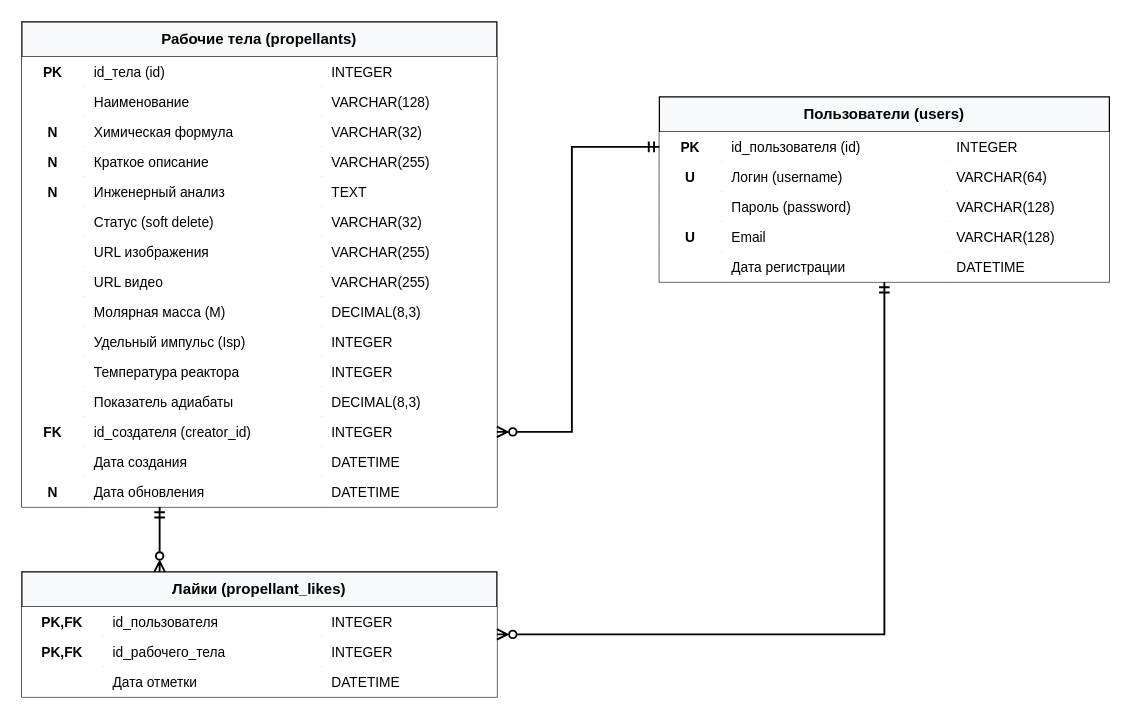
Before: er_diagram.drawio in Mr-Flyguy/propellant-impulse-backend, a draw.io diagram. Source tidied: cells renumbered, new cells numbered last; positions are measured from the earlier drawing's top-left corner, leaving out a move shared by most shapes. Both pictures are drawn from the tidied source at 125%, with x=0, y=0 at pixel (21, 21).
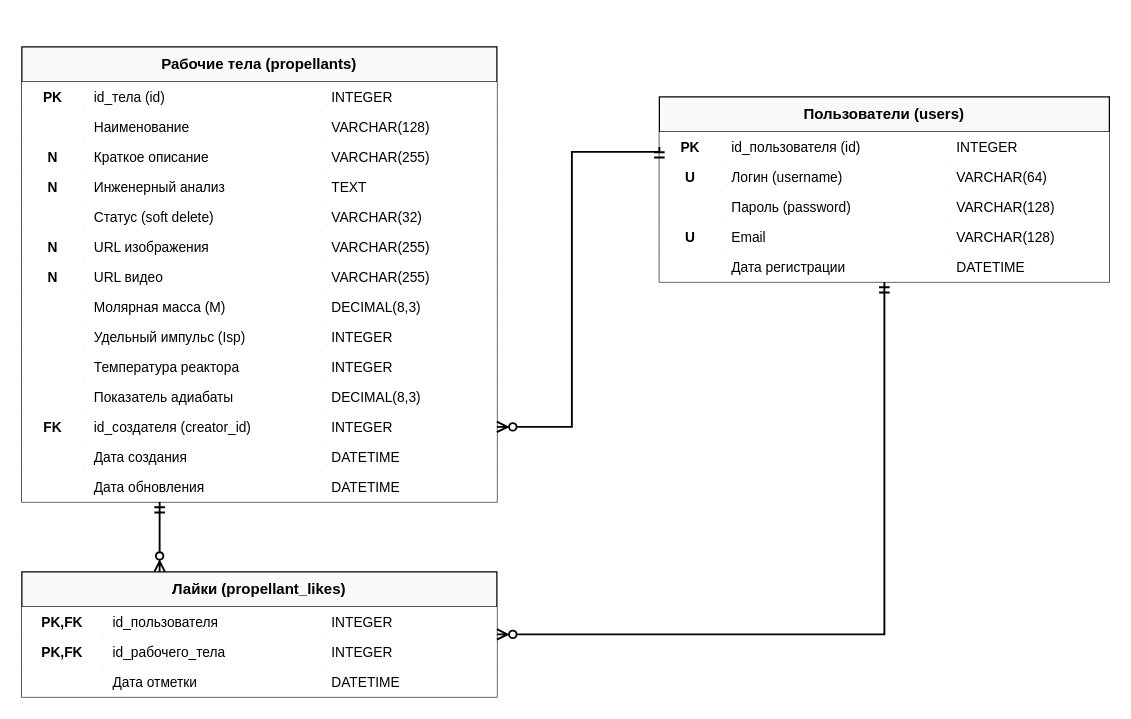
After the change.

Unchanged cells that the change refers to:
```xml
<mxCell id="11" style="shape=tableRow;horizontal=0;startSize=0;swimlaneHead=0;bubblePosition=none;top=0;left=0;right=0;bottom=0;html=1;strokeColor=none;" parent="2" vertex="1">
  <mxGeometry y="76" width="380" height="24" as="geometry" />
</mxCell>
<mxCell id="15" style="shape=tableRow;horizontal=0;startSize=0;swimlaneHead=0;bubblePosition=none;top=0;left=0;right=0;bottom=0;html=1;strokeColor=none;" parent="2" vertex="1">
  <mxGeometry y="100" width="380" height="24" as="geometry" />
</mxCell>
<mxCell id="19" style="shape=tableRow;horizontal=0;startSize=0;swimlaneHead=0;bubblePosition=none;top=0;left=0;right=0;bottom=0;html=1;strokeColor=none;" parent="2" vertex="1">
  <mxGeometry y="124" width="380" height="24" as="geometry" />
</mxCell>
<mxCell id="23" style="shape=tableRow;horizontal=0;startSize=0;swimlaneHead=0;bubblePosition=none;top=0;left=0;right=0;bottom=0;html=1;strokeColor=none;" parent="2" vertex="1">
  <mxGeometry y="148" width="380" height="24" as="geometry" />
</mxCell>
<mxCell id="27" style="shape=tableRow;horizontal=0;startSize=0;swimlaneHead=0;bubblePosition=none;top=0;left=0;right=0;bottom=0;html=1;strokeColor=none;" parent="2" vertex="1">
  <mxGeometry y="172" width="380" height="24" as="geometry" />
</mxCell>
<mxCell id="31" style="shape=tableRow;horizontal=0;startSize=0;swimlaneHead=0;bubblePosition=none;top=0;left=0;right=0;bottom=0;html=1;strokeColor=none;" parent="2" vertex="1">
  <mxGeometry y="196" width="380" height="24" as="geometry" />
</mxCell>
<mxCell id="35" style="shape=tableRow;horizontal=0;startSize=0;swimlaneHead=0;bubblePosition=none;top=0;left=0;right=0;bottom=0;html=1;strokeColor=none;" parent="2" vertex="1">
  <mxGeometry y="220" width="380" height="24" as="geometry" />
</mxCell>
<mxCell id="39" style="shape=tableRow;horizontal=0;startSize=0;swimlaneHead=0;bubblePosition=none;top=0;left=0;right=0;bottom=0;html=1;strokeColor=none;" parent="2" vertex="1">
  <mxGeometry y="244" width="380" height="24" as="geometry" />
</mxCell>
<mxCell id="43" style="shape=tableRow;horizontal=0;startSize=0;swimlaneHead=0;bubblePosition=none;top=0;left=0;right=0;bottom=0;html=1;strokeColor=none;" parent="2" vertex="1">
  <mxGeometry y="268" width="380" height="24" as="geometry" />
</mxCell>
<mxCell id="47" style="shape=tableRow;horizontal=0;startSize=0;swimlaneHead=0;bubblePosition=none;points=[[0,0.5],[1,0.5]];portConstraint=eastwest;top=0;left=0;right=0;bottom=0;html=1;strokeColor=none;" parent="2" vertex="1">
  <mxGeometry y="292" width="380" height="24" as="geometry" />
</mxCell>
<mxCell id="51" style="shape=tableRow;horizontal=0;startSize=0;swimlaneHead=0;bubblePosition=none;points=[[0,0.5],[1,0.5]];portConstraint=eastwest;top=0;left=0;right=0;bottom=0;html=1;strokeColor=none;" parent="2" vertex="1">
  <mxGeometry y="316" width="380" height="24" as="geometry" />
</mxCell>
<mxCell id="55" style="shape=tableRow;horizontal=0;startSize=0;swimlaneHead=0;bubblePosition=none;top=0;left=0;right=0;bottom=0;html=1;strokeColor=none;" parent="2" vertex="1">
  <mxGeometry y="340" width="380" height="24" as="geometry" />
</mxCell>
<mxCell id="64" style="shape=tableRow;horizontal=0;startSize=0;swimlaneHead=0;bubblePosition=none;points=[[0,0.5],[1,0.5]];portConstraint=eastwest;top=0;left=0;right=0;bottom=0;html=1;strokeColor=none;" parent="63" vertex="1">
  <mxGeometry y="28" width="360" height="24" as="geometry" />
</mxCell>
```

Change to the diagram source:
```diff
@@
     <mxCell id="2" value="Рабочие тела (propellants)" style="shape=table;startSize=28;childLayout=tableLayout;rowLines=0;columnLines=1;fontStyle=1;align=center;html=1;whiteSpace=wrap;strokeColor=#000000;fillColor=#f8f9fa;fontSize=12;fontFamily=Helvetica;" parent="1" vertex="1">
-      <mxGeometry width="380" height="388" as="geometry" />
+      <mxGeometry y="20" width="380" height="364" as="geometry" />
     </mxCell>
@@
-    <mxCell id="13" value="Химическая формула" style="text;strokeColor=none;fillColor=none;align=left;verticalAlign=middle;spacingLeft=6;overflow=hidden;fontSize=11;" parent="11" vertex="1">
+    <mxCell id="13" value="Краткое описание" style="text;strokeColor=none;fillColor=none;align=left;verticalAlign=middle;spacingLeft=6;overflow=hidden;fontSize=11;" parent="11" vertex="1">
       <mxGeometry x="50" width="190" height="24" as="geometry" />
     </mxCell>
-    <mxCell id="14" value="VARCHAR(32)" style="text;strokeColor=none;fillColor=none;align=left;verticalAlign=middle;spacingLeft=6;overflow=hidden;fontSize=11;" parent="11" vertex="1">
+    <mxCell id="14" value="VARCHAR(255)" style="text;strokeColor=none;fillColor=none;align=left;verticalAlign=middle;spacingLeft=6;overflow=hidden;fontSize=11;" parent="11" vertex="1">
       <mxGeometry x="240" width="140" height="24" as="geometry" />
     </mxCell>
@@
-    <mxCell id="17" value="Краткое описание" style="text;strokeColor=none;fillColor=none;align=left;verticalAlign=middle;spacingLeft=6;overflow=hidden;fontSize=11;" parent="15" vertex="1">
+    <mxCell id="17" value="Инженерный анализ" style="text;strokeColor=none;fillColor=none;align=left;verticalAlign=middle;spacingLeft=6;overflow=hidden;fontSize=11;" parent="15" vertex="1">
       <mxGeometry x="50" width="190" height="24" as="geometry" />
     </mxCell>
-    <mxCell id="18" value="VARCHAR(255)" style="text;strokeColor=none;fillColor=none;align=left;verticalAlign=middle;spacingLeft=6;overflow=hidden;fontSize=11;" parent="15" vertex="1">
+    <mxCell id="18" value="TEXT" style="text;strokeColor=none;fillColor=none;align=left;verticalAlign=middle;spacingLeft=6;overflow=hidden;fontSize=11;" parent="15" vertex="1">
       <mxGeometry x="240" width="140" height="24" as="geometry" />
     </mxCell>
@@
-    <mxCell id="20" value="N" style="text;strokeColor=none;fillColor=none;align=center;verticalAlign=middle;overflow=hidden;fontStyle=1;fontSize=11;" parent="19" vertex="1">
+    <mxCell id="20" style="text;strokeColor=none;fillColor=none;align=center;verticalAlign=middle;overflow=hidden;fontSize=11;" parent="19" vertex="1">
       <mxGeometry width="50" height="24" as="geometry" />
     </mxCell>
-    <mxCell id="21" value="Инженерный анализ" style="text;strokeColor=none;fillColor=none;align=left;verticalAlign=middle;spacingLeft=6;overflow=hidden;fontSize=11;" parent="19" vertex="1">
+    <mxCell id="21" value="Статус (soft delete)" style="text;strokeColor=none;fillColor=none;align=left;verticalAlign=middle;spacingLeft=6;overflow=hidden;fontSize=11;" parent="19" vertex="1">
       <mxGeometry x="50" width="190" height="24" as="geometry" />
     </mxCell>
-    <mxCell id="22" value="TEXT" style="text;strokeColor=none;fillColor=none;align=left;verticalAlign=middle;spacingLeft=6;overflow=hidden;fontSize=11;" parent="19" vertex="1">
+    <mxCell id="22" value="VARCHAR(32)" style="text;strokeColor=none;fillColor=none;align=left;verticalAlign=middle;spacingLeft=6;overflow=hidden;fontSize=11;" parent="19" vertex="1">
       <mxGeometry x="240" width="140" height="24" as="geometry" />
     </mxCell>
@@
-    <mxCell id="24" style="text;strokeColor=none;fillColor=none;align=center;verticalAlign=middle;overflow=hidden;fontSize=11;" parent="23" vertex="1">
+    <mxCell id="24" value="N" style="text;strokeColor=none;fillColor=none;align=center;verticalAlign=middle;overflow=hidden;fontStyle=1;fontSize=11;" parent="23" vertex="1">
       <mxGeometry width="50" height="24" as="geometry" />
     </mxCell>
-    <mxCell id="25" value="Статус (soft delete)" style="text;strokeColor=none;fillColor=none;align=left;verticalAlign=middle;spacingLeft=6;overflow=hidden;fontSize=11;" parent="23" vertex="1">
+    <mxCell id="25" value="URL изображения" style="text;strokeColor=none;fillColor=none;align=left;verticalAlign=middle;spacingLeft=6;overflow=hidden;fontSize=11;" parent="23" vertex="1">
       <mxGeometry x="50" width="190" height="24" as="geometry" />
     </mxCell>
-    <mxCell id="26" value="VARCHAR(32)" style="text;strokeColor=none;fillColor=none;align=left;verticalAlign=middle;spacingLeft=6;overflow=hidden;fontSize=11;" parent="23" vertex="1">
+    <mxCell id="26" value="VARCHAR(255)" style="text;strokeColor=none;fillColor=none;align=left;verticalAlign=middle;spacingLeft=6;overflow=hidden;fontSize=11;" parent="23" vertex="1">
       <mxGeometry x="240" width="140" height="24" as="geometry" />
     </mxCell>
@@
-    <mxCell id="28" style="text;strokeColor=none;fillColor=none;align=center;verticalAlign=middle;overflow=hidden;fontSize=11;" parent="27" vertex="1">
+    <mxCell id="28" value="N" style="text;strokeColor=none;fillColor=none;align=center;verticalAlign=middle;overflow=hidden;fontStyle=1;fontSize=11;" parent="27" vertex="1">
       <mxGeometry width="50" height="24" as="geometry" />
     </mxCell>
-    <mxCell id="29" value="URL изображения" style="text;strokeColor=none;fillColor=none;align=left;verticalAlign=middle;spacingLeft=6;overflow=hidden;fontSize=11;" parent="27" vertex="1">
+    <mxCell id="29" value="URL видео" style="text;strokeColor=none;fillColor=none;align=left;verticalAlign=middle;spacingLeft=6;overflow=hidden;fontSize=11;" parent="27" vertex="1">
       <mxGeometry x="50" width="190" height="24" as="geometry" />
     </mxCell>
@@
-    <mxCell id="33" value="URL видео" style="text;strokeColor=none;fillColor=none;align=left;verticalAlign=middle;spacingLeft=6;overflow=hidden;fontSize=11;" parent="31" vertex="1">
+    <mxCell id="33" value="Молярная масса (M)" style="text;strokeColor=none;fillColor=none;align=left;verticalAlign=middle;spacingLeft=6;overflow=hidden;fontSize=11;" parent="31" vertex="1">
       <mxGeometry x="50" width="190" height="24" as="geometry" />
     </mxCell>
-    <mxCell id="34" value="VARCHAR(255)" style="text;strokeColor=none;fillColor=none;align=left;verticalAlign=middle;spacingLeft=6;overflow=hidden;fontSize=11;" parent="31" vertex="1">
+    <mxCell id="34" value="DECIMAL(8,3)" style="text;strokeColor=none;fillColor=none;align=left;verticalAlign=middle;spacingLeft=6;overflow=hidden;fontSize=11;" parent="31" vertex="1">
       <mxGeometry x="240" width="140" height="24" as="geometry" />
     </mxCell>
@@
-    <mxCell id="37" value="Молярная масса (M)" style="text;strokeColor=none;fillColor=none;align=left;verticalAlign=middle;spacingLeft=6;overflow=hidden;fontSize=11;" parent="35" vertex="1">
+    <mxCell id="37" value="Удельный импульс (Isp)" style="text;strokeColor=none;fillColor=none;align=left;verticalAlign=middle;spacingLeft=6;overflow=hidden;fontSize=11;" parent="35" vertex="1">
       <mxGeometry x="50" width="190" height="24" as="geometry" />
     </mxCell>
-    <mxCell id="38" value="DECIMAL(8,3)" style="text;strokeColor=none;fillColor=none;align=left;verticalAlign=middle;spacingLeft=6;overflow=hidden;fontSize=11;" parent="35" vertex="1">
+    <mxCell id="38" value="INTEGER" style="text;strokeColor=none;fillColor=none;align=left;verticalAlign=middle;spacingLeft=6;overflow=hidden;fontSize=11;" parent="35" vertex="1">
       <mxGeometry x="240" width="140" height="24" as="geometry" />
     </mxCell>
@@
-    <mxCell id="41" value="Удельный импульс (Isp)" style="text;strokeColor=none;fillColor=none;align=left;verticalAlign=middle;spacingLeft=6;overflow=hidden;fontSize=11;" parent="39" vertex="1">
+    <mxCell id="41" value="Температура реактора" style="text;strokeColor=none;fillColor=none;align=left;verticalAlign=middle;spacingLeft=6;overflow=hidden;fontSize=11;" parent="39" vertex="1">
       <mxGeometry x="50" width="190" height="24" as="geometry" />
     </mxCell>
@@
-    <mxCell id="45" value="Температура реактора" style="text;strokeColor=none;fillColor=none;align=left;verticalAlign=middle;spacingLeft=6;overflow=hidden;fontSize=11;" parent="43" vertex="1">
+    <mxCell id="45" value="Показатель адиабаты" style="text;strokeColor=none;fillColor=none;align=left;verticalAlign=middle;spacingLeft=6;overflow=hidden;fontSize=11;" parent="43" vertex="1">
       <mxGeometry x="50" width="190" height="24" as="geometry" />
     </mxCell>
-    <mxCell id="46" value="INTEGER" style="text;strokeColor=none;fillColor=none;align=left;verticalAlign=middle;spacingLeft=6;overflow=hidden;fontSize=11;" parent="43" vertex="1">
+    <mxCell id="46" value="DECIMAL(8,3)" style="text;strokeColor=none;fillColor=none;align=left;verticalAlign=middle;spacingLeft=6;overflow=hidden;fontSize=11;" parent="43" vertex="1">
       <mxGeometry x="240" width="140" height="24" as="geometry" />
     </mxCell>
@@
-    <mxCell id="48" style="text;strokeColor=none;fillColor=none;align=center;verticalAlign=middle;overflow=hidden;fontSize=11;" parent="47" vertex="1">
+    <mxCell id="48" value="FK" style="text;strokeColor=none;fillColor=none;align=center;verticalAlign=middle;overflow=hidden;fontStyle=1;fontSize=11;" parent="47" vertex="1">
       <mxGeometry width="50" height="24" as="geometry" />
     </mxCell>
-    <mxCell id="49" value="Показатель адиабаты" style="text;strokeColor=none;fillColor=none;align=left;verticalAlign=middle;spacingLeft=6;overflow=hidden;fontSize=11;" parent="47" vertex="1">
+    <mxCell id="49" value="id_создателя (creator_id)" style="text;strokeColor=none;fillColor=none;align=left;verticalAlign=middle;spacingLeft=6;overflow=hidden;fontSize=11;" parent="47" vertex="1">
       <mxGeometry x="50" width="190" height="24" as="geometry" />
     </mxCell>
-    <mxCell id="50" value="DECIMAL(8,3)" style="text;strokeColor=none;fillColor=none;align=left;verticalAlign=middle;spacingLeft=6;overflow=hidden;fontSize=11;" parent="47" vertex="1">
+    <mxCell id="50" value="INTEGER" style="text;strokeColor=none;fillColor=none;align=left;verticalAlign=middle;spacingLeft=6;overflow=hidden;fontSize=11;" parent="47" vertex="1">
       <mxGeometry x="240" width="140" height="24" as="geometry" />
     </mxCell>
@@
-    <mxCell id="52" value="FK" style="text;strokeColor=none;fillColor=none;align=center;verticalAlign=middle;overflow=hidden;fontStyle=1;fontSize=11;" parent="51" vertex="1">
+    <mxCell id="52" style="text;strokeColor=none;fillColor=none;align=center;verticalAlign=middle;overflow=hidden;fontSize=11;" parent="51" vertex="1">
       <mxGeometry width="50" height="24" as="geometry" />
     </mxCell>
-    <mxCell id="53" value="id_создателя (creator_id)" style="text;strokeColor=none;fillColor=none;align=left;verticalAlign=middle;spacingLeft=6;overflow=hidden;fontSize=11;" parent="51" vertex="1">
+    <mxCell id="53" value="Дата создания" style="text;strokeColor=none;fillColor=none;align=left;verticalAlign=middle;spacingLeft=6;overflow=hidden;fontSize=11;" parent="51" vertex="1">
       <mxGeometry x="50" width="190" height="24" as="geometry" />
     </mxCell>
-    <mxCell id="54" value="INTEGER" style="text;strokeColor=none;fillColor=none;align=left;verticalAlign=middle;spacingLeft=6;overflow=hidden;fontSize=11;" parent="51" vertex="1">
+    <mxCell id="54" value="DATETIME" style="text;strokeColor=none;fillColor=none;align=left;verticalAlign=middle;spacingLeft=6;overflow=hidden;fontSize=11;" parent="51" vertex="1">
       <mxGeometry x="240" width="140" height="24" as="geometry" />
     </mxCell>
@@
-    <mxCell id="57" value="Дата создания" style="text;strokeColor=none;fillColor=none;align=left;verticalAlign=middle;spacingLeft=6;overflow=hidden;fontSize=11;" parent="55" vertex="1">
+    <mxCell id="57" value="Дата обновления" style="text;strokeColor=none;fillColor=none;align=left;verticalAlign=middle;spacingLeft=6;overflow=hidden;fontSize=11;" parent="55" vertex="1">
       <mxGeometry x="50" width="190" height="24" as="geometry" />
     </mxCell>
@@
-    <mxCell id="59" style="shape=tableRow;horizontal=0;startSize=0;swimlaneHead=0;bubblePosition=none;top=0;left=0;right=0;bottom=0;html=1;strokeColor=none;" parent="2" vertex="1">
-      <mxGeometry y="364" width="380" height="24" as="geometry" />
-    </mxCell>
-    <mxCell id="60" value="N" style="text;strokeColor=none;fillColor=none;align=center;verticalAlign=middle;overflow=hidden;fontStyle=1;fontSize=11;" parent="59" vertex="1">
-      <mxGeometry width="50" height="24" as="geometry" />
-    </mxCell>
-    <mxCell id="61" value="Дата обновления" style="text;strokeColor=none;fillColor=none;align=left;verticalAlign=middle;spacingLeft=6;overflow=hidden;fontSize=11;" parent="59" vertex="1">
-      <mxGeometry x="50" width="190" height="24" as="geometry" />
-    </mxCell>
-    <mxCell id="62" value="DATETIME" style="text;strokeColor=none;fillColor=none;align=left;verticalAlign=middle;spacingLeft=6;overflow=hidden;fontSize=11;" parent="59" vertex="1">
-      <mxGeometry x="240" width="140" height="24" as="geometry" />
-    </mxCell>
@@
-    <mxCell id="97" style="edgeStyle=orthogonalEdgeStyle;rounded=0;jettySize=auto;html=1;exitX=0;exitY=0.5;exitDx=0;exitDy=0;entryX=1;entryY=0.5;entryDx=0;entryDy=0;startArrow=ERmandOne;startFill=0;endArrow=ERzeroToMany;endFill=0;strokeWidth=1.5;strokeColor=#000000;" parent="1" edge="1" source="64" target="51">
+    <mxCell id="97" style="edgeStyle=orthogonalEdgeStyle;rounded=0;jettySize=auto;html=1;exitX=0;exitY=0.5;exitDx=0;exitDy=0;entryX=1;entryY=0.5;entryDx=0;entryDy=0;startArrow=ERmandOne;startFill=0;endArrow=ERzeroToMany;endFill=0;strokeWidth=1.5;strokeColor=#000000;" parent="1" edge="1" source="64" target="47">
       <mxGeometry relative="1" as="geometry">
         <Array as="points">
-          <mxPoint x="440" y="100" />
-          <mxPoint x="440" y="328" />
+          <mxPoint x="440" y="104" />
+          <mxPoint x="440" y="324" />
         </Array>
       </mxGeometry>
     </mxCell>
```
